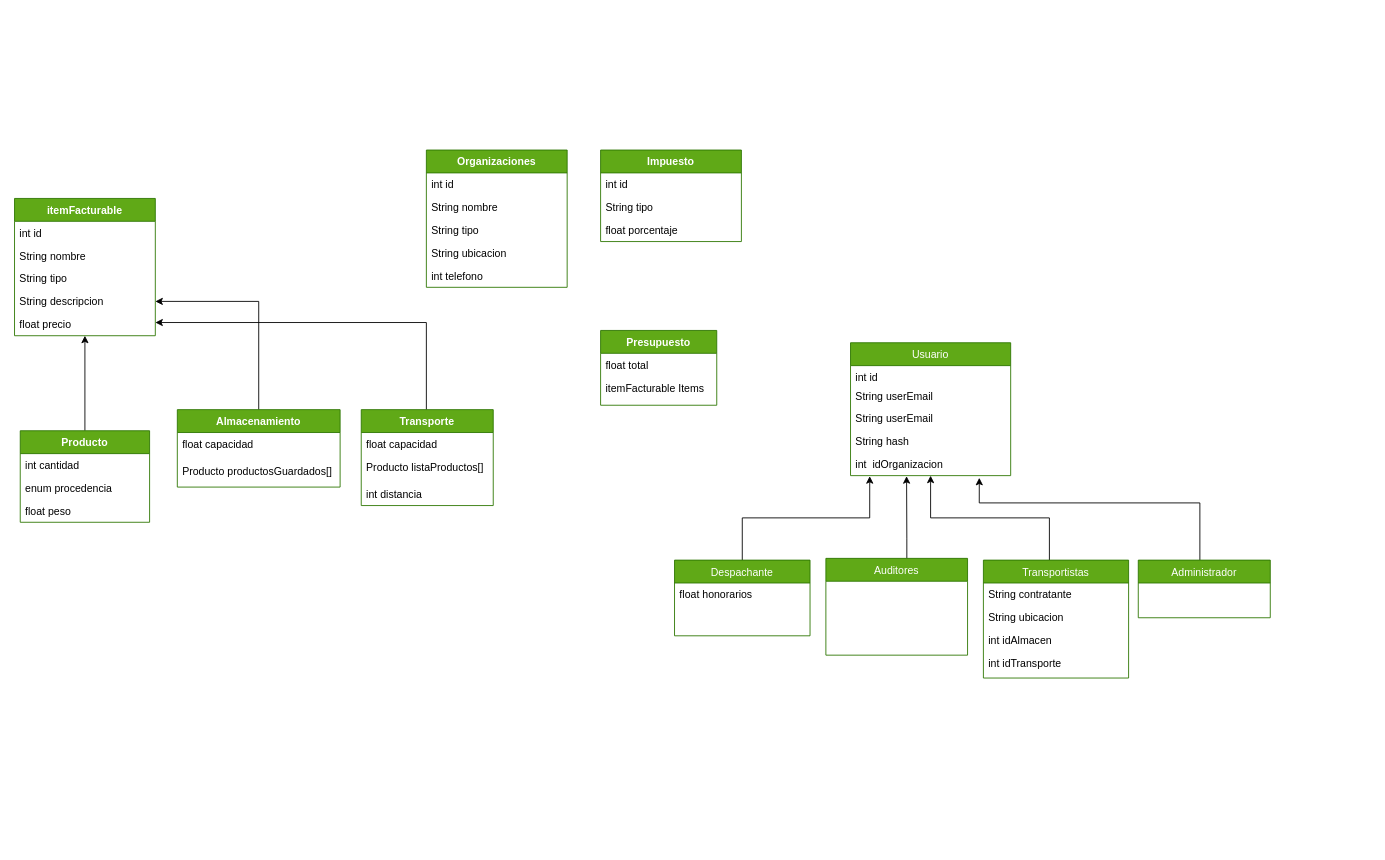
Earlier version of the draw.io diagram Copia de Diagram.drawio (danusitacm/taller-git-2022). Source tidied: cells renumbered, new cells numbered last; positions are measured from the earlier drawing's top-left corner, leaving out a move shared by most shapes. Both pictures are drawn from the tidied source at 88%, with x=0, y=0 at pixel (14, 150).
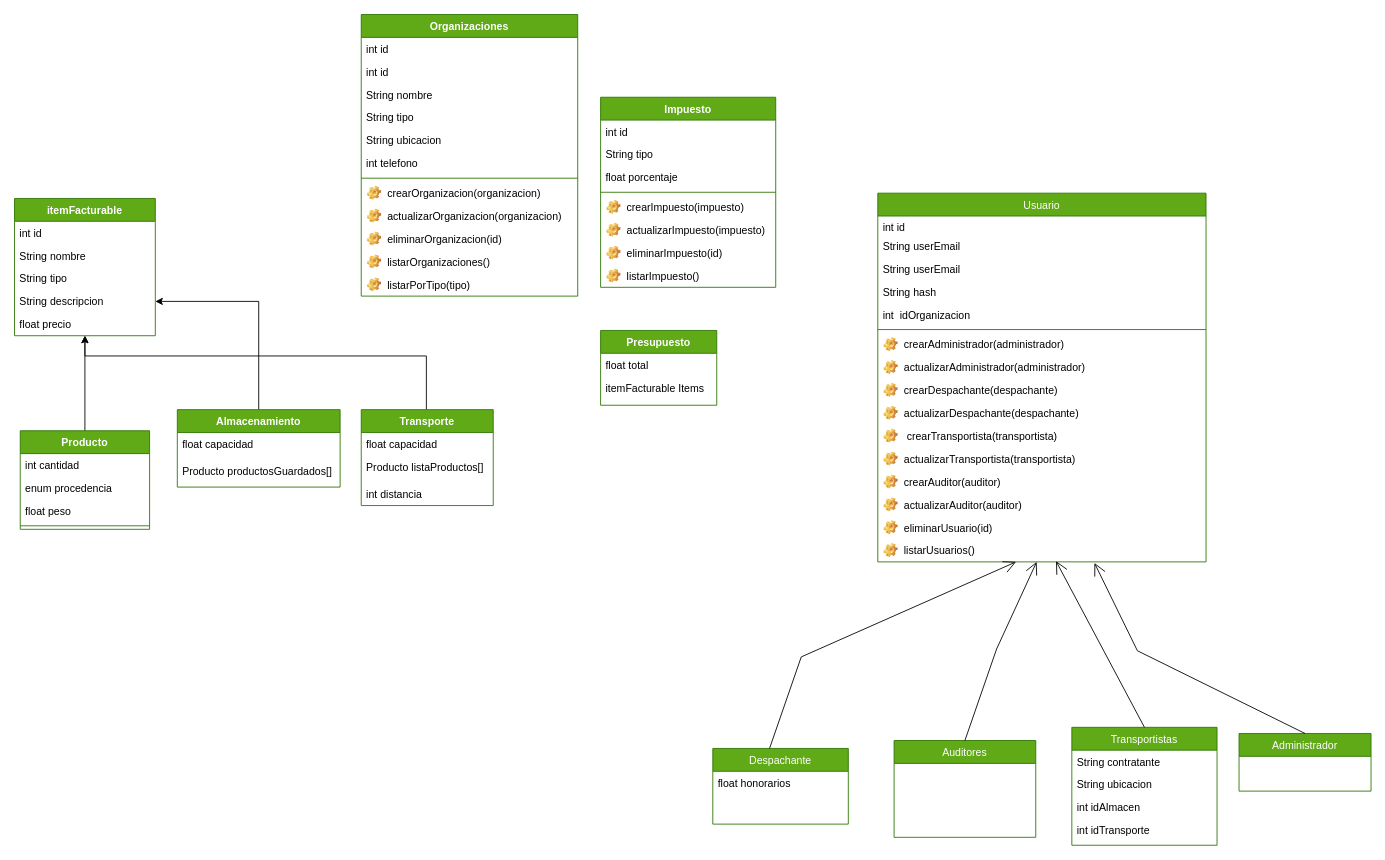
The same page after the edit.

Commit message:
añadi funciones al diagrama

The change refers to these unchanged cells:
```xml
<mxCell id="31" value="float precio&#10;" style="text;strokeColor=none;fillColor=none;align=left;verticalAlign=top;spacingLeft=4;spacingRight=4;overflow=hidden;points=[[0,0.5],[1,0.5]];portConstraint=eastwest;" parent="26" vertex="1">
  <mxGeometry y="130" width="160" height="26" as="geometry" />
</mxCell>
<mxCell id="33" value="Transporte" style="swimlane;fontStyle=1;align=center;verticalAlign=top;horizontal=1;startSize=26;fillColor=#60a917;fontColor=#ffffff;strokeColor=#2D7600;" parent="1" vertex="1">
  <mxGeometry x="394" y="295" width="150" height="109" as="geometry" />
</mxCell>
```

Change to the diagram source:
```diff
@@
     <mxCell id="2" value="Usuario" style="swimlane;fontStyle=0;align=center;verticalAlign=top;horizontal=1;startSize=26;rounded=0;shadow=0;strokeWidth=1;fillColor=#60a917;strokeColor=#2D7600;fontColor=#ffffff;" parent="1" vertex="1">
-      <mxGeometry x="950" y="219" width="182" height="151" as="geometry" />
+      <mxGeometry x="981" y="49" width="373" height="419" as="geometry" />
     </mxCell>
     <mxCell id="3" value="int id" style="text;align=left;verticalAlign=top;spacingLeft=4;spacingRight=4;overflow=hidden;rounded=0;shadow=0;html=0;" parent="2" vertex="1">
-      <mxGeometry y="26" width="182" height="21" as="geometry" />
+      <mxGeometry y="26" width="373" height="21" as="geometry" />
     </mxCell>
     <mxCell id="4" value="String userEmail" style="text;strokeColor=none;fillColor=none;align=left;verticalAlign=top;spacingLeft=4;spacingRight=4;overflow=hidden;" parent="2" vertex="1">
-      <mxGeometry y="47" width="182" height="26" as="geometry" />
+      <mxGeometry y="47" width="373" height="26" as="geometry" />
     </mxCell>
     <mxCell id="5" value="String userEmail" style="text;strokeColor=none;fillColor=none;align=left;verticalAlign=top;spacingLeft=4;spacingRight=4;overflow=hidden;" parent="2" vertex="1">
-      <mxGeometry y="73" width="182" height="26" as="geometry" />
+      <mxGeometry y="73" width="373" height="26" as="geometry" />
     </mxCell>
     <mxCell id="6" value="String hash" style="text;strokeColor=none;fillColor=none;align=left;verticalAlign=top;spacingLeft=4;spacingRight=4;overflow=hidden;" parent="2" vertex="1">
-      <mxGeometry y="99" width="182" height="26" as="geometry" />
+      <mxGeometry y="99" width="373" height="26" as="geometry" />
     </mxCell>
     <mxCell id="7" value="int  idOrganizacion" style="text;strokeColor=none;fillColor=none;align=left;verticalAlign=top;spacingLeft=4;spacingRight=4;overflow=hidden;points=[[0,0.5],[1,0.5]];portConstraint=eastwest;" parent="2" vertex="1">
-      <mxGeometry y="125" width="182" height="26" as="geometry" />
+      <mxGeometry y="125" width="373" height="26" as="geometry" />
     </mxCell>
-    <mxCell id="8" style="edgeStyle=orthogonalEdgeStyle;rounded=0;jettySize=auto;html=1;entryX=0.12;entryY=1.023;entryDx=0;entryDy=0;entryPerimeter=0;" parent="1" edge="1" source="9" target="7">
-      <mxGeometry relative="1" as="geometry" />
-    </mxCell>
+    <mxCell id="54" style="line;strokeWidth=1;fillColor=none;align=left;verticalAlign=middle;spacingTop=-1;spacingLeft=3;spacingRight=3;labelPosition=right;strokeColor=inherit;" parent="2" vertex="1">
+      <mxGeometry y="151" width="373" height="8" as="geometry" />
+    </mxCell>
+    <mxCell id="55" value="crearAdministrador(administrador)" style="label;fontStyle=0;strokeColor=none;fillColor=none;align=left;verticalAlign=top;overflow=hidden;spacingLeft=28;spacingRight=4;imageWidth=16;imageHeight=16;image=img/clipart/Gear_128x128.png;" parent="2" vertex="1">
+      <mxGeometry y="159" width="373" height="26" as="geometry" />
+    </mxCell>
+    <mxCell id="56" value="actualizarAdministrador(administrador)" style="label;fontStyle=0;strokeColor=none;fillColor=none;align=left;verticalAlign=top;overflow=hidden;spacingLeft=28;spacingRight=4;imageWidth=16;imageHeight=16;image=img/clipart/Gear_128x128.png;" parent="2" vertex="1">
+      <mxGeometry y="185" width="373" height="26" as="geometry" />
+    </mxCell>
+    <mxCell id="57" value="crearDespachante(despachante)" style="label;fontStyle=0;strokeColor=none;fillColor=none;align=left;verticalAlign=top;overflow=hidden;spacingLeft=28;spacingRight=4;imageWidth=16;imageHeight=16;image=img/clipart/Gear_128x128.png;" parent="2" vertex="1">
+      <mxGeometry y="211" width="373" height="26" as="geometry" />
+    </mxCell>
+    <mxCell id="58" value="actualizarDespachante(despachante)" style="label;fontStyle=0;strokeColor=none;fillColor=none;align=left;verticalAlign=top;overflow=hidden;spacingLeft=28;spacingRight=4;imageWidth=16;imageHeight=16;image=img/clipart/Gear_128x128.png;" parent="2" vertex="1">
+      <mxGeometry y="237" width="373" height="26" as="geometry" />
+    </mxCell>
+    <mxCell id="59" value=" crearTransportista(transportista)" style="label;fontStyle=0;strokeColor=none;fillColor=none;align=left;verticalAlign=top;overflow=hidden;spacingLeft=28;spacingRight=4;imageWidth=16;imageHeight=16;image=img/clipart/Gear_128x128.png;" parent="2" vertex="1">
+      <mxGeometry y="263" width="373" height="26" as="geometry" />
+    </mxCell>
+    <mxCell id="60" value="actualizarTransportista(transportista)" style="label;fontStyle=0;strokeColor=none;fillColor=none;align=left;verticalAlign=top;overflow=hidden;spacingLeft=28;spacingRight=4;imageWidth=16;imageHeight=16;image=img/clipart/Gear_128x128.png;" parent="2" vertex="1">
+      <mxGeometry y="289" width="373" height="26" as="geometry" />
+    </mxCell>
+    <mxCell id="61" value="crearAuditor(auditor)" style="label;fontStyle=0;strokeColor=none;fillColor=none;align=left;verticalAlign=top;overflow=hidden;spacingLeft=28;spacingRight=4;imageWidth=16;imageHeight=16;image=img/clipart/Gear_128x128.png;" parent="2" vertex="1">
+      <mxGeometry y="315" width="373" height="26" as="geometry" />
+    </mxCell>
+    <mxCell id="62" value="actualizarAuditor(auditor)" style="label;fontStyle=0;strokeColor=none;fillColor=none;align=left;verticalAlign=top;overflow=hidden;spacingLeft=28;spacingRight=4;imageWidth=16;imageHeight=16;image=img/clipart/Gear_128x128.png;" parent="2" vertex="1">
+      <mxGeometry y="341" width="373" height="26" as="geometry" />
+    </mxCell>
+    <mxCell id="63" value="eliminarUsuario(id)" style="label;fontStyle=0;strokeColor=none;fillColor=none;align=left;verticalAlign=top;overflow=hidden;spacingLeft=28;spacingRight=4;imageWidth=16;imageHeight=16;image=img/clipart/Gear_128x128.png;" parent="2" vertex="1">
+      <mxGeometry y="367" width="373" height="26" as="geometry" />
+    </mxCell>
+    <mxCell id="64" value="listarUsuarios()" style="label;fontStyle=0;strokeColor=none;fillColor=none;align=left;verticalAlign=top;overflow=hidden;spacingLeft=28;spacingRight=4;points=[[0,0.5],[1,0.5]];portConstraint=eastwest;imageWidth=16;imageHeight=16;image=img/clipart/Gear_128x128.png;" parent="2" vertex="1">
+      <mxGeometry y="393" width="373" height="26" as="geometry" />
+    </mxCell>
     <mxCell id="9" value="Despachante" style="swimlane;fontStyle=0;align=center;verticalAlign=top;horizontal=1;startSize=26;rounded=0;shadow=0;strokeWidth=1;fillColor=#60a917;strokeColor=#2D7600;fontColor=#ffffff;" parent="1" vertex="1">
-      <mxGeometry x="750" y="466" width="154" height="86" as="geometry" />
+      <mxGeometry x="793.5" y="680" width="154" height="86" as="geometry" />
     </mxCell>
@@
-    <mxCell id="11" style="edgeStyle=orthogonalEdgeStyle;rounded=0;jettySize=auto;html=1;entryX=0.35;entryY=1.023;entryDx=0;entryDy=0;entryPerimeter=0;" parent="1" edge="1" source="12" target="7">
-      <mxGeometry relative="1" as="geometry">
-        <Array as="points">
-          <mxPoint x="1014" y="441" />
-          <mxPoint x="1014" y="441" />
-        </Array>
-      </mxGeometry>
-    </mxCell>
     <mxCell id="12" value="Auditores" style="swimlane;fontStyle=0;align=center;verticalAlign=top;horizontal=1;startSize=26;rounded=0;shadow=0;strokeWidth=1;fillColor=#60a917;strokeColor=#2D7600;fontColor=#ffffff;" parent="1" vertex="1">
-      <mxGeometry x="922" y="464" width="161" height="110" as="geometry" />
+      <mxGeometry x="999.5" y="671" width="161" height="110" as="geometry" />
     </mxCell>
-    <mxCell id="13" style="edgeStyle=orthogonalEdgeStyle;rounded=0;jettySize=auto;html=1;entryX=0.5;entryY=1;entryDx=0;entryDy=0;" parent="1" edge="1" source="14" target="2">
-      <mxGeometry relative="1" as="geometry">
-        <Array as="points">
-          <mxPoint x="1176" y="418" />
-          <mxPoint x="1041" y="418" />
-        </Array>
-      </mxGeometry>
-    </mxCell>
     <mxCell id="14" value="Transportistas&#10;" style="swimlane;fontStyle=0;align=center;verticalAlign=top;horizontal=1;startSize=26;rounded=0;shadow=0;strokeWidth=1;fillColor=#60a917;strokeColor=#2D7600;fontColor=#ffffff;" parent="1" vertex="1">
-      <mxGeometry x="1101" y="466" width="165" height="134" as="geometry" />
+      <mxGeometry x="1201.5" y="656" width="165" height="134" as="geometry" />
     </mxCell>
@@
-    <mxCell id="19" style="edgeStyle=orthogonalEdgeStyle;rounded=0;jettySize=auto;html=1;entryX=0.804;entryY=1.094;entryDx=0;entryDy=0;entryPerimeter=0;" parent="1" edge="1" source="20" target="7">
-      <mxGeometry relative="1" as="geometry">
-        <Array as="points">
-          <mxPoint x="1347" y="401" />
-          <mxPoint x="1096" y="401" />
-        </Array>
-      </mxGeometry>
-    </mxCell>
     <mxCell id="20" value="Administrador" style="swimlane;fontStyle=0;align=center;verticalAlign=top;horizontal=1;startSize=26;rounded=0;shadow=0;strokeWidth=1;fillColor=#60a917;strokeColor=#2D7600;fontColor=#ffffff;" parent="1" vertex="1">
-      <mxGeometry x="1277" y="466" width="150" height="65.5" as="geometry" />
+      <mxGeometry x="1391.5" y="663" width="150" height="65.5" as="geometry" />
     </mxCell>
@@
     <mxCell id="22" value="Producto" style="swimlane;fontStyle=1;align=center;verticalAlign=top;horizontal=1;startSize=26;fillColor=#60a917;fontColor=#ffffff;strokeColor=#2D7600;" parent="1" vertex="1">
-      <mxGeometry x="6.5" y="319" width="147" height="104" as="geometry" />
+      <mxGeometry x="6.5" y="319" width="147" height="112" as="geometry" />
     </mxCell>
@@
+    <mxCell id="65" style="line;strokeWidth=1;fillColor=none;align=left;verticalAlign=middle;spacingTop=-1;spacingLeft=3;spacingRight=3;labelPosition=right;strokeColor=inherit;" parent="22" vertex="1">
+      <mxGeometry y="104" width="147" height="8" as="geometry" />
+    </mxCell>
@@
     <mxCell id="32" style="edgeStyle=orthogonalEdgeStyle;rounded=0;jettySize=auto;html=1;" parent="1" edge="1" source="33" target="31">
       <mxGeometry relative="1" as="geometry">
         <Array as="points">
-          <mxPoint x="468" y="196" />
+          <mxPoint x="468" y="234" />
+          <mxPoint x="80" y="234" />
         </Array>
       </mxGeometry>
     </mxCell>
@@
     <mxCell id="37" value="Impuesto" style="swimlane;fontStyle=1;align=center;verticalAlign=top;horizontal=1;startSize=26;fillColor=#60a917;fontColor=#ffffff;strokeColor=#2D7600;" parent="1" vertex="1">
-      <mxGeometry x="666" width="160" height="104" as="geometry" />
+      <mxGeometry x="666" y="-60" width="199" height="216" as="geometry" />
     </mxCell>
     <mxCell id="38" value="int id" style="text;strokeColor=none;fillColor=none;align=left;verticalAlign=top;spacingLeft=4;spacingRight=4;overflow=hidden;" parent="37" vertex="1">
-      <mxGeometry y="26" width="160" height="26" as="geometry" />
+      <mxGeometry y="26" width="199" height="26" as="geometry" />
     </mxCell>
     <mxCell id="39" value="String tipo" style="text;strokeColor=none;fillColor=none;align=left;verticalAlign=top;spacingLeft=4;spacingRight=4;overflow=hidden;" parent="37" vertex="1">
-      <mxGeometry y="52" width="160" height="26" as="geometry" />
+      <mxGeometry y="52" width="199" height="26" as="geometry" />
     </mxCell>
     <mxCell id="40" value="float porcentaje" style="text;strokeColor=none;fillColor=none;align=left;verticalAlign=top;spacingLeft=4;spacingRight=4;overflow=hidden;" parent="37" vertex="1">
-      <mxGeometry y="78" width="160" height="26" as="geometry" />
+      <mxGeometry y="78" width="199" height="26" as="geometry" />
     </mxCell>
+    <mxCell id="66" style="line;strokeWidth=1;fillColor=none;align=left;verticalAlign=middle;spacingTop=-1;spacingLeft=3;spacingRight=3;labelPosition=right;strokeColor=inherit;" parent="37" vertex="1">
+      <mxGeometry y="104" width="199" height="8" as="geometry" />
+    </mxCell>
+    <mxCell id="67" value="crearImpuesto(impuesto)" style="label;fontStyle=0;strokeColor=none;fillColor=none;align=left;verticalAlign=top;overflow=hidden;spacingLeft=28;spacingRight=4;imageWidth=16;imageHeight=16;image=img/clipart/Gear_128x128.png;" parent="37" vertex="1">
+      <mxGeometry y="112" width="199" height="26" as="geometry" />
+    </mxCell>
+    <mxCell id="68" value="actualizarImpuesto(impuesto)" style="label;fontStyle=0;strokeColor=none;fillColor=none;align=left;verticalAlign=top;overflow=hidden;spacingLeft=28;spacingRight=4;imageWidth=16;imageHeight=16;image=img/clipart/Gear_128x128.png;" parent="37" vertex="1">
+      <mxGeometry y="138" width="199" height="26" as="geometry" />
+    </mxCell>
+    <mxCell id="69" value="eliminarImpuesto(id)" style="label;fontStyle=0;strokeColor=none;fillColor=none;align=left;verticalAlign=top;overflow=hidden;spacingLeft=28;spacingRight=4;imageWidth=16;imageHeight=16;image=img/clipart/Gear_128x128.png;" parent="37" vertex="1">
+      <mxGeometry y="164" width="199" height="26" as="geometry" />
+    </mxCell>
+    <mxCell id="70" value="listarImpuesto()" style="label;fontStyle=0;strokeColor=none;fillColor=none;align=left;verticalAlign=top;overflow=hidden;spacingLeft=28;spacingRight=4;imageWidth=16;imageHeight=16;image=img/clipart/Gear_128x128.png;" parent="37" vertex="1">
+      <mxGeometry y="190" width="199" height="26" as="geometry" />
+    </mxCell>
@@
     <mxCell id="48" value="Organizaciones" style="swimlane;fontStyle=1;align=center;verticalAlign=top;horizontal=1;startSize=26;fillColor=#60a917;fontColor=#ffffff;strokeColor=#2D7600;" parent="1" vertex="1">
-      <mxGeometry x="468" width="160" height="156" as="geometry" />
+      <mxGeometry x="394" y="-154" width="246" height="320" as="geometry" />
     </mxCell>
+    <mxCell id="71" value="int id" style="text;strokeColor=none;fillColor=none;align=left;verticalAlign=top;spacingLeft=4;spacingRight=4;overflow=hidden;" parent="48" vertex="1">
+      <mxGeometry y="26" width="246" height="26" as="geometry" />
+    </mxCell>
     <mxCell id="49" value="int id" style="text;strokeColor=none;fillColor=none;align=left;verticalAlign=top;spacingLeft=4;spacingRight=4;overflow=hidden;" parent="48" vertex="1">
-      <mxGeometry y="26" width="160" height="26" as="geometry" />
+      <mxGeometry y="52" width="246" height="26" as="geometry" />
     </mxCell>
     <mxCell id="50" value="String nombre&#10;" style="text;strokeColor=none;fillColor=none;align=left;verticalAlign=top;spacingLeft=4;spacingRight=4;overflow=hidden;" parent="48" vertex="1">
-      <mxGeometry y="52" width="160" height="26" as="geometry" />
+      <mxGeometry y="78" width="246" height="26" as="geometry" />
     </mxCell>
     <mxCell id="51" value="String tipo" style="text;strokeColor=none;fillColor=none;align=left;verticalAlign=top;spacingLeft=4;spacingRight=4;overflow=hidden;" parent="48" vertex="1">
-      <mxGeometry y="78" width="160" height="26" as="geometry" />
+      <mxGeometry y="104" width="246" height="26" as="geometry" />
     </mxCell>
     <mxCell id="52" value="String ubicacion" style="text;strokeColor=none;fillColor=none;align=left;verticalAlign=top;spacingLeft=4;spacingRight=4;overflow=hidden;" parent="48" vertex="1">
-      <mxGeometry y="104" width="160" height="26" as="geometry" />
+      <mxGeometry y="130" width="246" height="26" as="geometry" />
     </mxCell>
     <mxCell id="53" value="int telefono " style="text;strokeColor=none;fillColor=none;align=left;verticalAlign=top;spacingLeft=4;spacingRight=4;overflow=hidden;" parent="48" vertex="1">
-      <mxGeometry y="130" width="160" height="26" as="geometry" />
+      <mxGeometry y="156" width="246" height="26" as="geometry" />
     </mxCell>
+    <mxCell id="72" style="line;strokeWidth=1;fillColor=none;align=left;verticalAlign=middle;spacingTop=-1;spacingLeft=3;spacingRight=3;labelPosition=right;strokeColor=inherit;" parent="48" vertex="1">
+      <mxGeometry y="182" width="246" height="8" as="geometry" />
+    </mxCell>
+    <mxCell id="73" value="crearOrganizacion(organizacion)" style="label;fontStyle=0;strokeColor=none;fillColor=none;align=left;verticalAlign=top;overflow=hidden;spacingLeft=28;spacingRight=4;imageWidth=16;imageHeight=16;image=img/clipart/Gear_128x128.png;" parent="48" vertex="1">
+      <mxGeometry y="190" width="246" height="26" as="geometry" />
+    </mxCell>
+    <mxCell id="74" value="actualizarOrganizacion(organizacion)" style="label;fontStyle=0;strokeColor=none;fillColor=none;align=left;verticalAlign=top;overflow=hidden;spacingLeft=28;spacingRight=4;imageWidth=16;imageHeight=16;image=img/clipart/Gear_128x128.png;" parent="48" vertex="1">
+      <mxGeometry y="216" width="246" height="26" as="geometry" />
+    </mxCell>
+    <mxCell id="75" value="eliminarOrganizacion(id)" style="label;fontStyle=0;strokeColor=none;fillColor=none;align=left;verticalAlign=top;overflow=hidden;spacingLeft=28;spacingRight=4;imageWidth=16;imageHeight=16;image=img/clipart/Gear_128x128.png;" parent="48" vertex="1">
+      <mxGeometry y="242" width="246" height="26" as="geometry" />
+    </mxCell>
+    <mxCell id="76" value="listarOrganizaciones()" style="label;fontStyle=0;strokeColor=none;fillColor=none;align=left;verticalAlign=top;overflow=hidden;spacingLeft=28;spacingRight=4;imageWidth=16;imageHeight=16;image=img/clipart/Gear_128x128.png;" parent="48" vertex="1">
+      <mxGeometry y="268" width="246" height="26" as="geometry" />
+    </mxCell>
+    <mxCell id="77" value="listarPorTipo(tipo)" style="label;fontStyle=0;strokeColor=none;fillColor=none;align=left;verticalAlign=top;overflow=hidden;spacingLeft=28;spacingRight=4;imageWidth=16;imageHeight=16;image=img/clipart/Gear_128x128.png;" parent="48" vertex="1">
+      <mxGeometry y="294" width="246" height="26" as="geometry" />
+    </mxCell>
+    <mxCell id="78" style="endArrow=open;endFill=1;endSize=12;html=1;rounded=0;exitX=0.5;exitY=0;exitDx=0;exitDy=0;" parent="1" edge="1" source="12" target="64">
+      <mxGeometry relative="1" as="geometry">
+        <Array as="points">
+          <mxPoint x="1116" y="567" />
+        </Array>
+      </mxGeometry>
+    </mxCell>
+    <mxCell id="79" style="endArrow=open;endFill=1;endSize=12;html=1;rounded=0;exitX=0.5;exitY=0;exitDx=0;exitDy=0;entryX=0.543;entryY=0.967;entryDx=0;entryDy=0;entryPerimeter=0;" parent="1" edge="1" source="14" target="64">
+      <mxGeometry relative="1" as="geometry" />
+    </mxCell>
+    <mxCell id="80" style="endArrow=open;endFill=1;endSize=12;html=1;rounded=0;exitX=0.5;exitY=0;exitDx=0;exitDy=0;" parent="1" edge="1" target="64">
+      <mxGeometry relative="1" as="geometry">
+        <mxPoint x="858" y="680" as="sourcePoint" />
+        <Array as="points">
+          <mxPoint x="894" y="576" />
+        </Array>
+      </mxGeometry>
+    </mxCell>
+    <mxCell id="81" style="endArrow=open;endFill=1;endSize=12;html=1;rounded=0;exitX=0.5;exitY=0;exitDx=0;exitDy=0;entryX=0.66;entryY=1.046;entryDx=0;entryDy=0;entryPerimeter=0;" parent="1" edge="1" source="20" target="64">
+      <mxGeometry relative="1" as="geometry">
+        <Array as="points">
+          <mxPoint x="1276" y="569" />
+        </Array>
+      </mxGeometry>
+    </mxCell>
```
